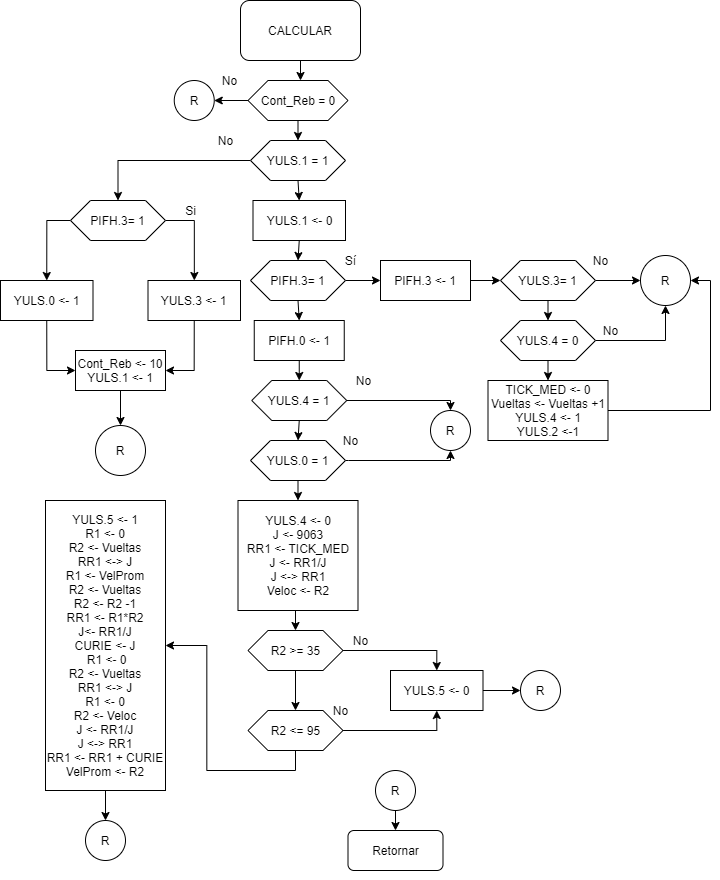
robz25/Microprocesadores keeps this draw.io diagram as PF/CALCULAR.png. Above is the earlier version. Source tidied: cells renumbered, new cells last; positions are measured from the earlier drawing's top-left corner, leaving out a move shared by most shapes. The source it was exported from:
```xml
<mxGraphModel>
  <root>
    <mxCell id="0" />
    <mxCell id="1" parent="0" />
    <mxCell id="2" style="edgeStyle=orthogonalEdgeStyle;rounded=0;jettySize=auto;html=1;exitX=0.5;exitY=1;exitDx=0;exitDy=0;entryX=0.5;entryY=0;entryDx=0;entryDy=0;" parent="1" edge="1" source="3">
      <mxGeometry relative="1" as="geometry">
        <mxPoint x="300" y="80" as="targetPoint" />
      </mxGeometry>
    </mxCell>
    <mxCell id="3" value="CALCULAR" style="rounded=1;whiteSpace=wrap;html=1;" parent="1" vertex="1">
      <mxGeometry x="240" width="120" height="60" as="geometry" />
    </mxCell>
    <mxCell id="4" style="edgeStyle=orthogonalEdgeStyle;rounded=0;jettySize=auto;html=1;exitX=0.5;exitY=1;exitDx=0;exitDy=0;entryX=0.5;entryY=0;entryDx=0;entryDy=0;" parent="1" edge="1" source="6" target="8">
      <mxGeometry relative="1" as="geometry" />
    </mxCell>
    <mxCell id="5" style="edgeStyle=orthogonalEdgeStyle;rounded=0;jettySize=auto;html=1;exitX=0;exitY=0.5;exitDx=0;exitDy=0;entryX=0.5;entryY=0;entryDx=0;entryDy=0;" parent="1" edge="1" source="6" target="47">
      <mxGeometry relative="1" as="geometry" />
    </mxCell>
    <mxCell id="6" value="YULS.1 = 1" style="shape=hexagon;perimeter=hexagonPerimeter2;whiteSpace=wrap;html=1;fixedSize=1;" parent="1" vertex="1">
      <mxGeometry x="250" y="140" width="95" height="40" as="geometry" />
    </mxCell>
    <mxCell id="7" style="edgeStyle=orthogonalEdgeStyle;rounded=0;jettySize=auto;html=1;exitX=0.5;exitY=1;exitDx=0;exitDy=0;entryX=0.5;entryY=0;entryDx=0;entryDy=0;" parent="1" edge="1" source="8" target="16">
      <mxGeometry relative="1" as="geometry" />
    </mxCell>
    <mxCell id="8" value="YULS.1 &amp;lt;- 0&lt;br&gt;" style="rounded=0;whiteSpace=wrap;html=1;" parent="1" vertex="1">
      <mxGeometry x="252.5" y="200" width="92.5" height="40" as="geometry" />
    </mxCell>
    <mxCell id="9" value="No" style="text;html=1;align=center;verticalAlign=middle;" parent="1" vertex="1">
      <mxGeometry x="210" y="130" width="30" height="20" as="geometry" />
    </mxCell>
    <mxCell id="10" style="edgeStyle=orthogonalEdgeStyle;rounded=0;jettySize=auto;html=1;exitX=0.5;exitY=1;exitDx=0;exitDy=0;entryX=0.5;entryY=0;entryDx=0;entryDy=0;" parent="1" edge="1" source="12" target="6">
      <mxGeometry relative="1" as="geometry" />
    </mxCell>
    <mxCell id="11" style="edgeStyle=orthogonalEdgeStyle;rounded=0;jettySize=auto;html=1;exitX=0;exitY=0.5;exitDx=0;exitDy=0;entryX=1;entryY=0.5;entryDx=0;entryDy=0;" parent="1" edge="1" source="12" target="74">
      <mxGeometry relative="1" as="geometry" />
    </mxCell>
    <mxCell id="12" value="Cont_Reb = 0" style="shape=hexagon;perimeter=hexagonPerimeter2;whiteSpace=wrap;html=1;fixedSize=1;" parent="1" vertex="1">
      <mxGeometry x="247.5" y="80" width="100" height="40" as="geometry" />
    </mxCell>
    <mxCell id="13" style="edgeStyle=orthogonalEdgeStyle;rounded=0;orthogonalLoop=1;jettySize=auto;html=1;exitX=0.5;exitY=1;exitDx=0;exitDy=0;" parent="1" edge="1" source="6" target="6">
      <mxGeometry relative="1" as="geometry" />
    </mxCell>
    <mxCell id="14" style="edgeStyle=orthogonalEdgeStyle;rounded=0;jettySize=auto;html=1;exitX=1;exitY=0.5;exitDx=0;exitDy=0;entryX=0;entryY=0.5;entryDx=0;entryDy=0;" parent="1" edge="1" source="16" target="18">
      <mxGeometry relative="1" as="geometry" />
    </mxCell>
    <mxCell id="15" style="edgeStyle=orthogonalEdgeStyle;rounded=0;jettySize=auto;html=1;exitX=0.5;exitY=1;exitDx=0;exitDy=0;entryX=0.5;entryY=0;entryDx=0;entryDy=0;" parent="1" edge="1" source="16" target="33">
      <mxGeometry relative="1" as="geometry" />
    </mxCell>
    <mxCell id="16" value="PIFH.3= 1" style="shape=hexagon;perimeter=hexagonPerimeter2;whiteSpace=wrap;html=1;fixedSize=1;" parent="1" vertex="1">
      <mxGeometry x="250" y="260" width="95" height="40" as="geometry" />
    </mxCell>
    <mxCell id="17" style="edgeStyle=orthogonalEdgeStyle;rounded=0;jettySize=auto;html=1;exitX=1;exitY=0.5;exitDx=0;exitDy=0;entryX=0;entryY=0.5;entryDx=0;entryDy=0;" parent="1" edge="1" source="18" target="21">
      <mxGeometry relative="1" as="geometry" />
    </mxCell>
    <mxCell id="18" value="PIFH.3 &amp;lt;- 1&lt;br&gt;" style="rounded=0;whiteSpace=wrap;html=1;" parent="1" vertex="1">
      <mxGeometry x="380" y="260" width="90" height="40" as="geometry" />
    </mxCell>
    <mxCell id="19" style="edgeStyle=orthogonalEdgeStyle;rounded=0;jettySize=auto;html=1;exitX=1;exitY=0.5;exitDx=0;exitDy=0;entryX=0;entryY=0.5;entryDx=0;entryDy=0;" parent="1" edge="1" source="21" target="24">
      <mxGeometry relative="1" as="geometry" />
    </mxCell>
    <mxCell id="20" style="edgeStyle=orthogonalEdgeStyle;rounded=0;jettySize=auto;html=1;exitX=0.5;exitY=1;exitDx=0;exitDy=0;entryX=0.5;entryY=0;entryDx=0;entryDy=0;" parent="1" edge="1" source="21" target="30">
      <mxGeometry relative="1" as="geometry" />
    </mxCell>
    <mxCell id="21" value="YULS.3= 1" style="shape=hexagon;perimeter=hexagonPerimeter2;whiteSpace=wrap;html=1;fixedSize=1;" parent="1" vertex="1">
      <mxGeometry x="500" y="260" width="95" height="40" as="geometry" />
    </mxCell>
    <mxCell id="22" value="Sí" style="text;html=1;align=center;verticalAlign=middle;" parent="1" vertex="1">
      <mxGeometry x="335" y="250" width="30" height="20" as="geometry" />
    </mxCell>
    <mxCell id="23" value="No" style="text;html=1;align=center;verticalAlign=middle;" parent="1" vertex="1">
      <mxGeometry x="213.8" y="70" width="30" height="20" as="geometry" />
    </mxCell>
    <mxCell id="24" value="R" style="ellipse;whiteSpace=wrap;html=1;" parent="1" vertex="1">
      <mxGeometry x="640" y="255" width="50" height="50" as="geometry" />
    </mxCell>
    <mxCell id="25" value="No" style="text;html=1;align=center;verticalAlign=middle;" parent="1" vertex="1">
      <mxGeometry x="585" y="250" width="30" height="20" as="geometry" />
    </mxCell>
    <mxCell id="26" style="edgeStyle=orthogonalEdgeStyle;rounded=0;jettySize=auto;html=1;exitX=1;exitY=0.5;exitDx=0;exitDy=0;entryX=1;entryY=0.5;entryDx=0;entryDy=0;" parent="1" edge="1" source="27" target="24">
      <mxGeometry relative="1" as="geometry" />
    </mxCell>
    <mxCell id="27" value="TICK_MED &amp;lt;- 0&lt;br&gt;Vueltas &amp;lt;- Vueltas +1&lt;br&gt;YULS.4 &amp;lt;- 1&lt;br&gt;YULS.2 &amp;lt;-1" style="rounded=0;whiteSpace=wrap;html=1;" parent="1" vertex="1">
      <mxGeometry x="487.5" y="380" width="120" height="60" as="geometry" />
    </mxCell>
    <mxCell id="28" style="edgeStyle=orthogonalEdgeStyle;rounded=0;jettySize=auto;html=1;exitX=0.5;exitY=1;exitDx=0;exitDy=0;entryX=0.5;entryY=0;entryDx=0;entryDy=0;" parent="1" edge="1" source="30" target="27">
      <mxGeometry relative="1" as="geometry" />
    </mxCell>
    <mxCell id="29" style="edgeStyle=orthogonalEdgeStyle;rounded=0;jettySize=auto;html=1;exitX=1;exitY=0.5;exitDx=0;exitDy=0;entryX=0.5;entryY=1;entryDx=0;entryDy=0;" parent="1" edge="1" source="30" target="24">
      <mxGeometry relative="1" as="geometry" />
    </mxCell>
    <mxCell id="30" value="YULS.4 = 0" style="shape=hexagon;perimeter=hexagonPerimeter2;whiteSpace=wrap;html=1;fixedSize=1;" parent="1" vertex="1">
      <mxGeometry x="500" y="320" width="95" height="40" as="geometry" />
    </mxCell>
    <mxCell id="31" value="No" style="text;html=1;align=center;verticalAlign=middle;" parent="1" vertex="1">
      <mxGeometry x="595" y="320" width="30" height="20" as="geometry" />
    </mxCell>
    <mxCell id="32" style="edgeStyle=orthogonalEdgeStyle;rounded=0;jettySize=auto;html=1;exitX=0.5;exitY=1;exitDx=0;exitDy=0;entryX=0.5;entryY=0;entryDx=0;entryDy=0;" parent="1" edge="1" source="33" target="36">
      <mxGeometry relative="1" as="geometry" />
    </mxCell>
    <mxCell id="33" value="PIFH.0 &amp;lt;- 1" style="rounded=0;whiteSpace=wrap;html=1;" parent="1" vertex="1">
      <mxGeometry x="253.8" y="320" width="90" height="40" as="geometry" />
    </mxCell>
    <mxCell id="34" style="edgeStyle=orthogonalEdgeStyle;rounded=0;jettySize=auto;html=1;exitX=1;exitY=0.5;exitDx=0;exitDy=0;entryX=0.5;entryY=0;entryDx=0;entryDy=0;" parent="1" edge="1" source="36" target="41">
      <mxGeometry relative="1" as="geometry">
        <Array as="points">
          <mxPoint x="450" y="400" />
        </Array>
      </mxGeometry>
    </mxCell>
    <mxCell id="35" style="edgeStyle=orthogonalEdgeStyle;rounded=0;jettySize=auto;html=1;exitX=0.5;exitY=1;exitDx=0;exitDy=0;entryX=0.5;entryY=0;entryDx=0;entryDy=0;" parent="1" edge="1" source="36" target="40">
      <mxGeometry relative="1" as="geometry" />
    </mxCell>
    <mxCell id="36" value="YULS.4 = 1" style="shape=hexagon;perimeter=hexagonPerimeter2;whiteSpace=wrap;html=1;fixedSize=1;" parent="1" vertex="1">
      <mxGeometry x="251.2" y="380" width="95" height="40" as="geometry" />
    </mxCell>
    <mxCell id="37" value="No" style="text;html=1;align=center;verticalAlign=middle;" parent="1" vertex="1">
      <mxGeometry x="347.5" y="370" width="30" height="20" as="geometry" />
    </mxCell>
    <mxCell id="38" style="edgeStyle=orthogonalEdgeStyle;rounded=0;jettySize=auto;html=1;exitX=1;exitY=0.5;exitDx=0;exitDy=0;entryX=0.5;entryY=1;entryDx=0;entryDy=0;" parent="1" edge="1" source="40" target="41">
      <mxGeometry relative="1" as="geometry">
        <Array as="points">
          <mxPoint x="348" y="460" />
          <mxPoint x="450" y="460" />
        </Array>
      </mxGeometry>
    </mxCell>
    <mxCell id="39" style="edgeStyle=orthogonalEdgeStyle;rounded=0;jettySize=auto;html=1;exitX=0.5;exitY=1;exitDx=0;exitDy=0;entryX=0.5;entryY=0;entryDx=0;entryDy=0;" parent="1" edge="1" source="40" target="44">
      <mxGeometry relative="1" as="geometry" />
    </mxCell>
    <mxCell id="40" value="YULS.0 = 1" style="shape=hexagon;perimeter=hexagonPerimeter2;whiteSpace=wrap;html=1;fixedSize=1;" parent="1" vertex="1">
      <mxGeometry x="250" y="440" width="95" height="40" as="geometry" />
    </mxCell>
    <mxCell id="41" value="R" style="ellipse;whiteSpace=wrap;html=1;" parent="1" vertex="1">
      <mxGeometry x="430" y="410" width="40" height="40" as="geometry" />
    </mxCell>
    <mxCell id="42" value="No" style="text;html=1;align=center;verticalAlign=middle;" parent="1" vertex="1">
      <mxGeometry x="335" y="430" width="30" height="20" as="geometry" />
    </mxCell>
    <mxCell id="43" style="edgeStyle=orthogonalEdgeStyle;rounded=0;jettySize=auto;html=1;exitX=0.5;exitY=1;exitDx=0;exitDy=0;entryX=0.5;entryY=0;entryDx=0;entryDy=0;" parent="1" edge="1" source="44" target="58">
      <mxGeometry relative="1" as="geometry" />
    </mxCell>
    <mxCell id="44" value="YULS.4 &amp;lt;- 0&lt;br&gt;J &amp;lt;- 9063&lt;br&gt;RR1 &amp;lt;- TICK_MED&lt;br&gt;J &amp;lt;- RR1/J&lt;br&gt;J &amp;lt;-&amp;gt; RR1&lt;br&gt;Veloc &amp;lt;- R2" style="rounded=0;whiteSpace=wrap;html=1;" parent="1" vertex="1">
      <mxGeometry x="237.5" y="500" width="120" height="110" as="geometry" />
    </mxCell>
    <mxCell id="45" style="edgeStyle=orthogonalEdgeStyle;rounded=0;jettySize=auto;html=1;exitX=1;exitY=0.5;exitDx=0;exitDy=0;" parent="1" edge="1" source="47" target="49">
      <mxGeometry relative="1" as="geometry" />
    </mxCell>
    <mxCell id="46" style="edgeStyle=orthogonalEdgeStyle;rounded=0;jettySize=auto;html=1;exitX=0;exitY=0.5;exitDx=0;exitDy=0;entryX=0.5;entryY=0;entryDx=0;entryDy=0;" parent="1" edge="1" source="47" target="51">
      <mxGeometry relative="1" as="geometry" />
    </mxCell>
    <mxCell id="47" value="PIFH.3= 1" style="shape=hexagon;perimeter=hexagonPerimeter2;whiteSpace=wrap;html=1;fixedSize=1;" parent="1" vertex="1">
      <mxGeometry x="70" y="200" width="95" height="40" as="geometry" />
    </mxCell>
    <mxCell id="48" style="edgeStyle=orthogonalEdgeStyle;rounded=0;jettySize=auto;html=1;exitX=0.5;exitY=1;exitDx=0;exitDy=0;entryX=1;entryY=0.5;entryDx=0;entryDy=0;" parent="1" edge="1" source="49" target="55">
      <mxGeometry relative="1" as="geometry" />
    </mxCell>
    <mxCell id="49" value="YULS.3 &amp;lt;- 1" style="rounded=0;whiteSpace=wrap;html=1;" parent="1" vertex="1">
      <mxGeometry x="147.5" y="280" width="92.5" height="40" as="geometry" />
    </mxCell>
    <mxCell id="50" style="edgeStyle=orthogonalEdgeStyle;rounded=0;jettySize=auto;html=1;exitX=0.5;exitY=1;exitDx=0;exitDy=0;entryX=0;entryY=0.5;entryDx=0;entryDy=0;" parent="1" edge="1" source="51" target="55">
      <mxGeometry relative="1" as="geometry" />
    </mxCell>
    <mxCell id="51" value="YULS.0 &amp;lt;- 1" style="rounded=0;whiteSpace=wrap;html=1;" parent="1" vertex="1">
      <mxGeometry y="280" width="92.5" height="40" as="geometry" />
    </mxCell>
    <mxCell id="52" value="Si" style="text;html=1;align=center;verticalAlign=middle;" parent="1" vertex="1">
      <mxGeometry x="175" y="200" width="30" height="20" as="geometry" />
    </mxCell>
    <mxCell id="53" value="R" style="ellipse;whiteSpace=wrap;html=1;" parent="1" vertex="1">
      <mxGeometry x="95" y="425" width="50" height="50" as="geometry" />
    </mxCell>
    <mxCell id="54" style="edgeStyle=orthogonalEdgeStyle;rounded=0;jettySize=auto;html=1;exitX=0.5;exitY=1;exitDx=0;exitDy=0;entryX=0.5;entryY=0;entryDx=0;entryDy=0;" parent="1" edge="1" source="55" target="53">
      <mxGeometry relative="1" as="geometry" />
    </mxCell>
    <mxCell id="55" value="Cont_Reb &amp;lt;- 10&lt;br&gt;YULS.1 &amp;lt;- 1" style="rounded=0;whiteSpace=wrap;html=1;" parent="1" vertex="1">
      <mxGeometry x="75" y="350" width="90" height="40" as="geometry" />
    </mxCell>
    <mxCell id="56" style="edgeStyle=orthogonalEdgeStyle;rounded=0;jettySize=auto;html=1;exitX=0.5;exitY=1;exitDx=0;exitDy=0;entryX=0.5;entryY=0;entryDx=0;entryDy=0;" parent="1" edge="1" source="58" target="61">
      <mxGeometry relative="1" as="geometry" />
    </mxCell>
    <mxCell id="57" style="edgeStyle=orthogonalEdgeStyle;rounded=0;jettySize=auto;html=1;exitX=1;exitY=0.5;exitDx=0;exitDy=0;entryX=0.5;entryY=0;entryDx=0;entryDy=0;" parent="1" edge="1" source="58" target="63">
      <mxGeometry relative="1" as="geometry" />
    </mxCell>
    <mxCell id="58" value="R2 &amp;gt;= 35" style="shape=hexagon;perimeter=hexagonPerimeter2;whiteSpace=wrap;html=1;fixedSize=1;" parent="1" vertex="1">
      <mxGeometry x="247.5" y="630" width="95" height="40" as="geometry" />
    </mxCell>
    <mxCell id="59" style="edgeStyle=orthogonalEdgeStyle;rounded=0;jettySize=auto;html=1;exitX=1;exitY=0.5;exitDx=0;exitDy=0;entryX=0.5;entryY=1;entryDx=0;entryDy=0;" parent="1" edge="1" source="61" target="63">
      <mxGeometry relative="1" as="geometry" />
    </mxCell>
    <mxCell id="60" style="edgeStyle=orthogonalEdgeStyle;rounded=0;jettySize=auto;html=1;exitX=0.5;exitY=1;exitDx=0;exitDy=0;entryX=1;entryY=0.5;entryDx=0;entryDy=0;" parent="1" edge="1" source="61" target="68">
      <mxGeometry relative="1" as="geometry" />
    </mxCell>
    <mxCell id="61" value="R2 &amp;lt;= 95" style="shape=hexagon;perimeter=hexagonPerimeter2;whiteSpace=wrap;html=1;fixedSize=1;" parent="1" vertex="1">
      <mxGeometry x="247.5" y="710" width="95" height="40" as="geometry" />
    </mxCell>
    <mxCell id="62" style="edgeStyle=orthogonalEdgeStyle;rounded=0;jettySize=auto;html=1;exitX=1;exitY=0.5;exitDx=0;exitDy=0;entryX=0;entryY=0.5;entryDx=0;entryDy=0;" parent="1" edge="1" source="63" target="66">
      <mxGeometry relative="1" as="geometry" />
    </mxCell>
    <mxCell id="63" value="YULS.5 &amp;lt;- 0" style="rounded=0;whiteSpace=wrap;html=1;" parent="1" vertex="1">
      <mxGeometry x="390" y="670" width="92.5" height="40" as="geometry" />
    </mxCell>
    <mxCell id="64" value="No" style="text;html=1;align=center;verticalAlign=middle;" parent="1" vertex="1">
      <mxGeometry x="345" y="630" width="30" height="20" as="geometry" />
    </mxCell>
    <mxCell id="65" value="No" style="text;html=1;align=center;verticalAlign=middle;" parent="1" vertex="1">
      <mxGeometry x="325" y="700" width="30" height="20" as="geometry" />
    </mxCell>
    <mxCell id="66" value="R" style="ellipse;whiteSpace=wrap;html=1;" parent="1" vertex="1">
      <mxGeometry x="520" y="670" width="40" height="40" as="geometry" />
    </mxCell>
    <mxCell id="67" style="edgeStyle=orthogonalEdgeStyle;rounded=0;jettySize=auto;html=1;exitX=0.5;exitY=1;exitDx=0;exitDy=0;entryX=0.5;entryY=0;entryDx=0;entryDy=0;" parent="1" edge="1" source="68" target="69">
      <mxGeometry relative="1" as="geometry" />
    </mxCell>
    <mxCell id="68" value="YULS.5 &amp;lt;- 1&lt;br&gt;R1 &amp;lt;- 0&lt;br&gt;R2 &amp;lt;- Vueltas&lt;br&gt;RR1 &amp;lt;-&amp;gt; J&lt;br&gt;R1 &amp;lt;- VelProm&lt;br&gt;R2 &amp;lt;- Vueltas&lt;br&gt;R2 &amp;lt;- R2 -1&lt;br&gt;RR1 &amp;lt;- R1*R2&lt;br&gt;J&amp;lt;- RR1/J&lt;br&gt;CURIE &amp;lt;- J&lt;br&gt;&amp;nbsp;R1 &amp;lt;- 0&lt;br&gt;R2 &amp;lt;- Vueltas&lt;br&gt;RR1 &amp;lt;-&amp;gt; J&lt;br&gt;R1 &amp;lt;- 0&lt;br&gt;R2 &amp;lt;- Veloc&lt;br&gt;J &amp;lt;- RR1/J&lt;br&gt;J &amp;lt;-&amp;gt; RR1&lt;br&gt;RR1 &amp;lt;- RR1 + CURIE&lt;br&gt;VelProm &amp;lt;- R2" style="rounded=0;whiteSpace=wrap;html=1;" parent="1" vertex="1">
      <mxGeometry x="45" y="500" width="120" height="290" as="geometry" />
    </mxCell>
    <mxCell id="69" value="R" style="ellipse;whiteSpace=wrap;html=1;" parent="1" vertex="1">
      <mxGeometry x="85" y="820" width="40" height="40" as="geometry" />
    </mxCell>
    <mxCell id="70" value="Retornar" style="rounded=1;whiteSpace=wrap;html=1;" parent="1" vertex="1">
      <mxGeometry x="347.5" y="830" width="95" height="40" as="geometry" />
    </mxCell>
    <mxCell id="71" style="edgeStyle=orthogonalEdgeStyle;rounded=0;jettySize=auto;html=1;exitX=0.5;exitY=1;exitDx=0;exitDy=0;entryX=0.5;entryY=0;entryDx=0;entryDy=0;" parent="1" edge="1" source="72" target="70">
      <mxGeometry relative="1" as="geometry" />
    </mxCell>
    <mxCell id="72" value="R" style="ellipse;whiteSpace=wrap;html=1;" parent="1" vertex="1">
      <mxGeometry x="375" y="770" width="40" height="40" as="geometry" />
    </mxCell>
    <mxCell id="73" style="edgeStyle=orthogonalEdgeStyle;rounded=0;orthogonalLoop=1;jettySize=auto;html=1;exitX=0.5;exitY=1;exitDx=0;exitDy=0;" parent="1" edge="1" source="70" target="70">
      <mxGeometry relative="1" as="geometry" />
    </mxCell>
    <mxCell id="74" value="R" style="ellipse;whiteSpace=wrap;html=1;" parent="1" vertex="1">
      <mxGeometry x="173.8" y="80" width="40" height="40" as="geometry" />
    </mxCell>
  </root>
</mxGraphModel>
```
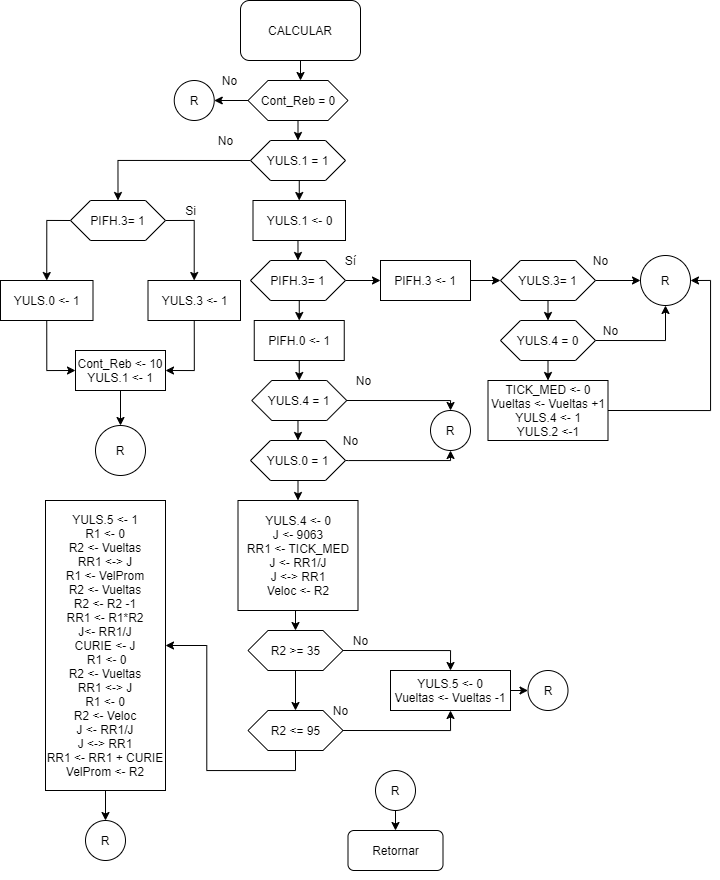
Above is the later version.

What changed in the source:
```diff
@@ -196,8 +196,8 @@
     <mxCell id="62" style="edgeStyle=orthogonalEdgeStyle;rounded=0;jettySize=auto;html=1;exitX=1;exitY=0.5;exitDx=0;exitDy=0;entryX=0;entryY=0.5;entryDx=0;entryDy=0;" parent="1" edge="1" source="63" target="66">
       <mxGeometry relative="1" as="geometry" />
     </mxCell>
-    <mxCell id="63" value="YULS.5 &amp;lt;- 0" style="rounded=0;whiteSpace=wrap;html=1;" parent="1" vertex="1">
-      <mxGeometry x="390" y="670" width="92.5" height="40" as="geometry" />
+    <mxCell id="63" value="YULS.5 &amp;lt;- 0&lt;br&gt;Vueltas &amp;lt;- Vueltas -1" style="rounded=0;whiteSpace=wrap;html=1;" parent="1" vertex="1">
+      <mxGeometry x="390" y="670" width="120" height="40" as="geometry" />
     </mxCell>
     <mxCell id="64" value="No" style="text;html=1;align=center;verticalAlign=middle;" parent="1" vertex="1">
       <mxGeometry x="345" y="630" width="30" height="20" as="geometry" />
@@ -206,7 +206,7 @@
       <mxGeometry x="325" y="700" width="30" height="20" as="geometry" />
     </mxCell>
     <mxCell id="66" value="R" style="ellipse;whiteSpace=wrap;html=1;" parent="1" vertex="1">
-      <mxGeometry x="520" y="670" width="40" height="40" as="geometry" />
+      <mxGeometry x="527.5" y="670" width="40" height="40" as="geometry" />
     </mxCell>
     <mxCell id="67" style="edgeStyle=orthogonalEdgeStyle;rounded=0;jettySize=auto;html=1;exitX=0.5;exitY=1;exitDx=0;exitDy=0;entryX=0.5;entryY=0;entryDx=0;entryDy=0;" parent="1" edge="1" source="68" target="69">
       <mxGeometry relative="1" as="geometry" />
```
